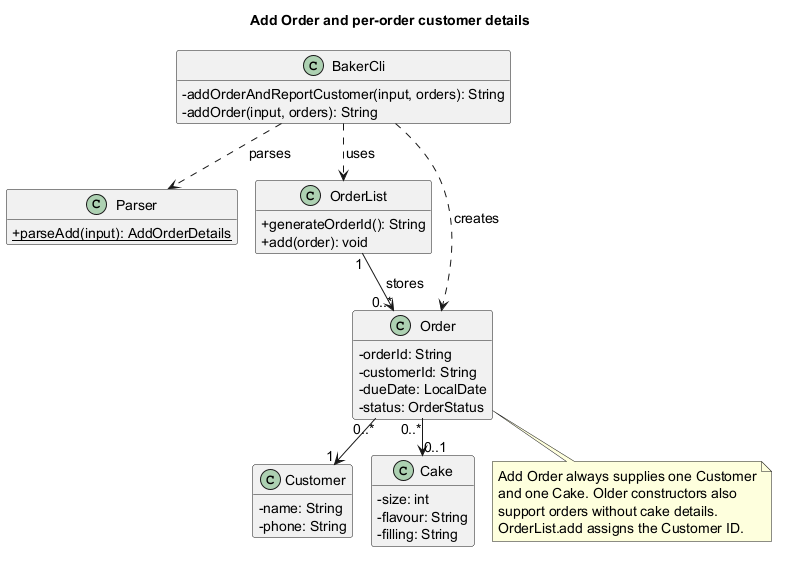
Earlier version of the PlantUML export docs/images/add-order-class.png (AY2627S1-CS2113-W12-1/tp). The source it was exported from:
```plantuml
@startuml
!pragma layout smetana
title Add Order and per-order customer details
skinparam backgroundColor white
skinparam defaultFontName SansSerif
skinparam defaultFontSize 14
skinparam classAttributeIconSize 0
hide empty members

class BakerCli {
  - addOrderAndReportCustomer(input, orders): String
  - addOrder(input, orders): String
}
class Parser {
  {static} + parseAdd(input): AddOrderDetails
}
class OrderList {
  + generateOrderId(): String
  + add(order): void
}
class Order {
  - orderId: String
  - customerId: String
  - dueDate: LocalDate
  - status: OrderStatus
}
class Customer {
  - name: String
  - phone: String
}
class Cake {
  - size: int
  - flavour: String
  - filling: String
}

BakerCli ..> Parser : parses
BakerCli ..> OrderList : uses
BakerCli ..> Order : creates
OrderList "1" --> "0..*" Order : stores
Order "0..*" --> "1" Customer
Order "0..*" --> "0..1" Cake

note bottom of Order
  Add Order always supplies one Customer
  and one Cake. Older constructors also
  support orders without cake details.
  OrderList.add assigns the Customer ID.
end note
@enduml
```
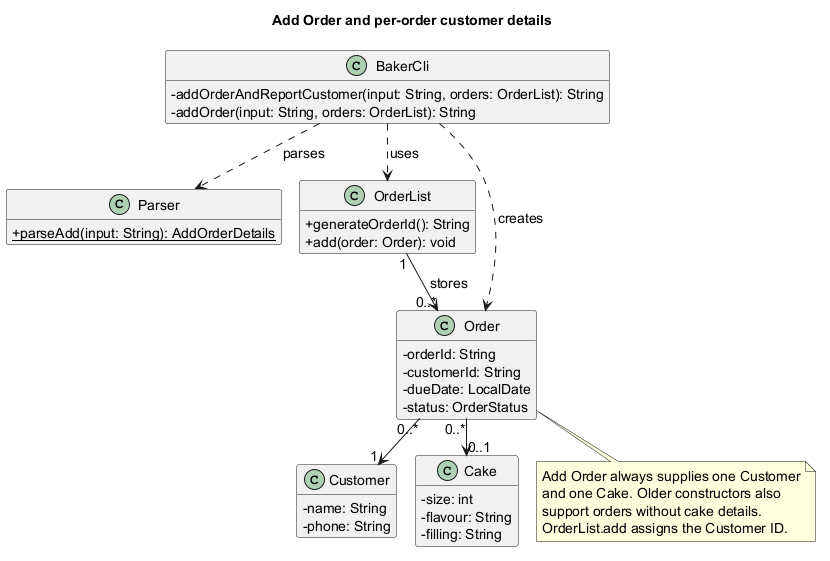
After the commit.

The edit, as a diff of the source:
```diff
@@ -1,4 +1,5 @@
 @startuml
+!pragma layout smetana
 !pragma layout smetana
 title Add Order and per-order customer details
 skinparam backgroundColor white
@@ -8,15 +9,15 @@
 hide empty members
 
 class BakerCli {
-  - addOrderAndReportCustomer(input, orders): String
-  - addOrder(input, orders): String
+  - addOrderAndReportCustomer(input: String, orders: OrderList): String
+  - addOrder(input: String, orders: OrderList): String
 }
 class Parser {
-  {static} + parseAdd(input): AddOrderDetails
+  {static} + parseAdd(input: String): AddOrderDetails
 }
 class OrderList {
   + generateOrderId(): String
-  + add(order): void
+  + add(order: Order): void
 }
 class Order {
   - orderId: String
```
